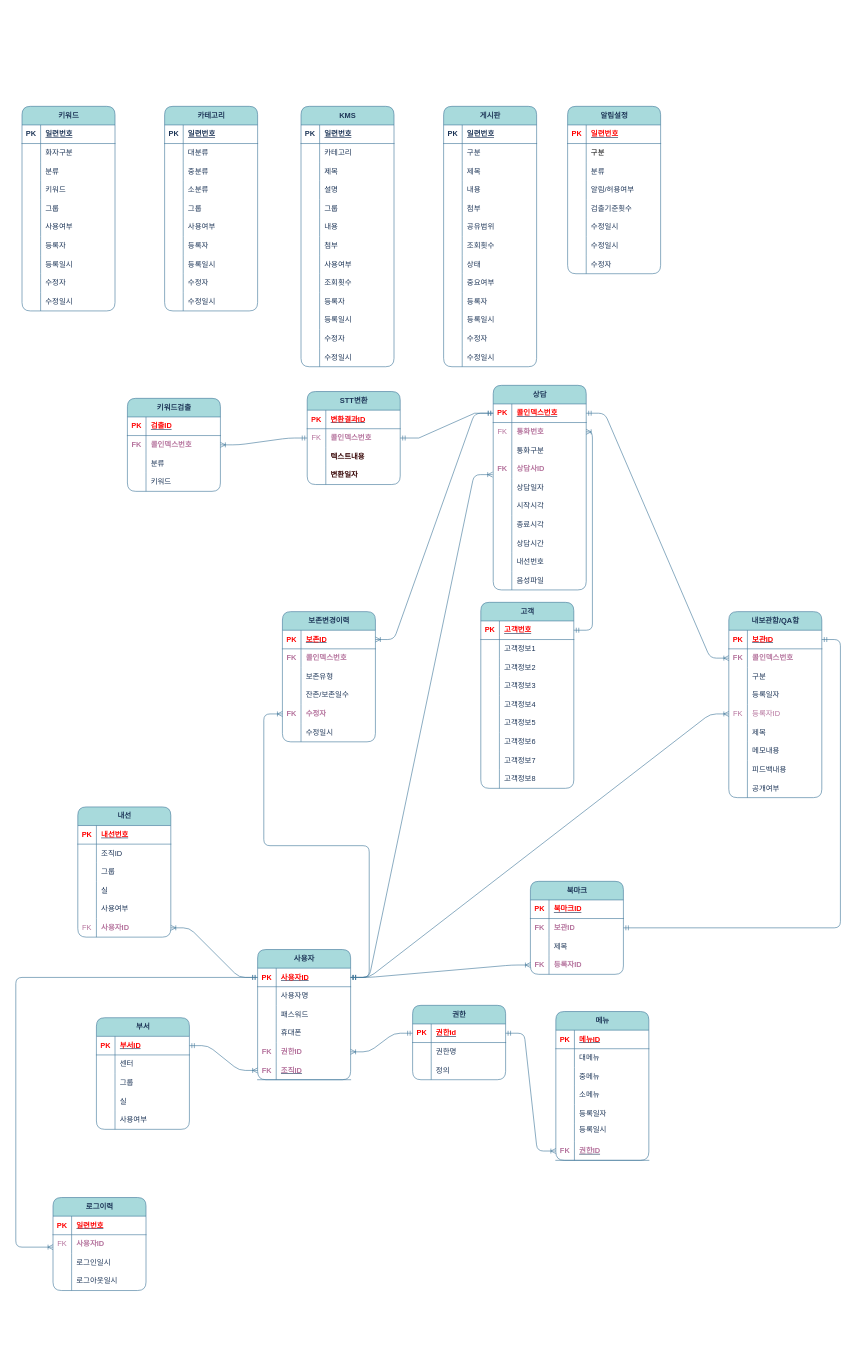
The draw.io diagram page "페이지-3" (3 of 3) of 제목 없는 다이어그램.drawio in wishholic/ERD, before the edit. Source tidied: cells renumbered, new cells numbered last; positions are measured from the earlier drawing's top-left corner, leaving out a move shared by most shapes. Both pictures are drawn from the tidied source at 62%, with x=0, y=0 at pixel (16, 106).
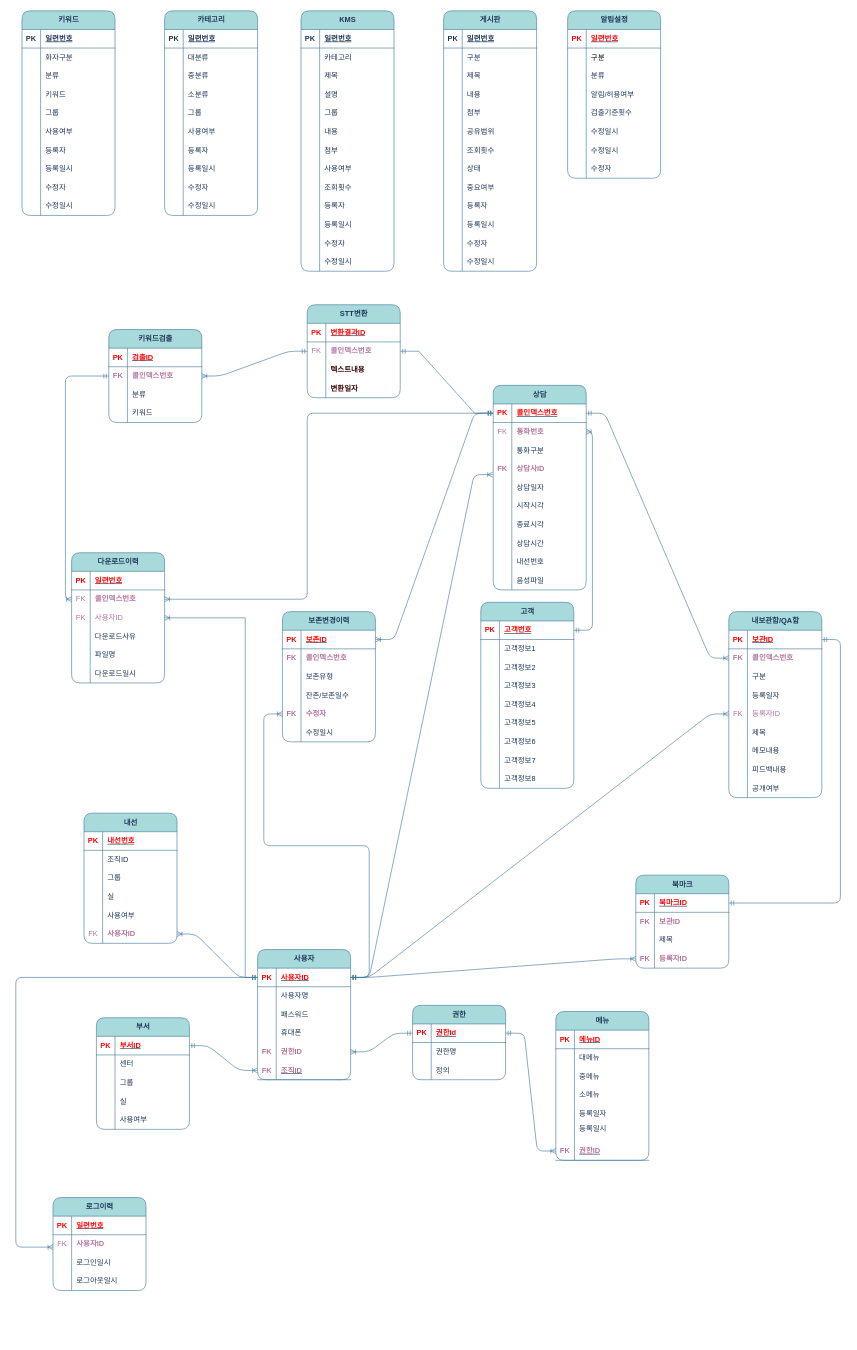
Above is the later version.

Commit message:
제목 없는 다이어그램.drawio 업데이트

Unchanged cells that the change refers to:
```xml
<mxCell id="13" style="shape=tableRow;horizontal=0;startSize=0;swimlaneHead=0;swimlaneBody=0;fillColor=none;points=[[0,0.5],[1,0.5]];portConstraint=eastwest;top=0;left=0;right=0;bottom=1;rounded=1;labelBackgroundColor=none;strokeColor=#457B9D;fontColor=#1D3557;" parent="12" vertex="1">
  <mxGeometry y="30" width="150" height="30" as="geometry" />
</mxCell>
<mxCell id="94" style="shape=tableRow;horizontal=0;startSize=0;swimlaneHead=0;swimlaneBody=0;fillColor=none;points=[[0,0.5],[1,0.5]];portConstraint=eastwest;top=0;left=0;right=0;bottom=1;rounded=1;labelBackgroundColor=none;strokeColor=#457B9D;fontColor=#1D3557;" parent="93" vertex="1">
  <mxGeometry y="30" width="150" height="30" as="geometry" />
</mxCell>
<mxCell id="158" style="shape=tableRow;horizontal=0;startSize=0;swimlaneHead=0;swimlaneBody=0;fillColor=none;points=[[0,0.5],[1,0.5]];portConstraint=eastwest;top=0;left=0;right=0;bottom=0;rounded=1;labelBackgroundColor=none;strokeColor=#457B9D;fontColor=#1D3557;" parent="154" vertex="1">
  <mxGeometry y="60" width="150" height="30" as="geometry" />
</mxCell>
<mxCell id="189" style="shape=tableRow;horizontal=0;startSize=0;swimlaneHead=0;swimlaneBody=0;fillColor=none;points=[[0,0.5],[1,0.5]];portConstraint=eastwest;top=0;left=0;right=0;bottom=1;rounded=1;labelBackgroundColor=none;strokeColor=#457B9D;fontColor=#1D3557;" parent="188" vertex="1">
  <mxGeometry y="30" width="150" height="30" as="geometry" />
</mxCell>
<mxCell id="192" style="shape=tableRow;horizontal=0;startSize=0;swimlaneHead=0;swimlaneBody=0;fillColor=none;points=[[0,0.5],[1,0.5]];portConstraint=eastwest;top=0;left=0;right=0;bottom=0;rounded=1;labelBackgroundColor=none;strokeColor=#457B9D;fontColor=#1D3557;" parent="188" vertex="1">
  <mxGeometry y="60" width="150" height="30" as="geometry" />
</mxCell>
```

Diff of the diagram source:
```diff
@@
     <mxCell id="49" value="내선" style="shape=table;startSize=30;childLayout=tableLayout;rowLines=0;fontStyle=1;align=center;html=1;fillColor=#A8DADC;strokeColor=#457B9D;rounded=1;labelBackgroundColor=none;fontColor=#1D3557;" parent="1" vertex="1">
-      <mxGeometry x="100" y="1130" width="150" height="210" as="geometry" />
+      <mxGeometry x="110" y="1140" width="150" height="210" as="geometry" />
     </mxCell>
@@
     <mxCell id="154" value="키워드검출" style="shape=table;startSize=30;childLayout=tableLayout;rowLines=0;fontStyle=1;align=center;html=1;fillColor=#A8DADC;strokeColor=#457B9D;rounded=1;labelBackgroundColor=none;fontColor=#1D3557;" parent="1" vertex="1">
-      <mxGeometry x="180" y="471" width="150" height="150" as="geometry" />
+      <mxGeometry x="150" y="360" width="150" height="150" as="geometry" />
     </mxCell>
@@
     <mxCell id="188" value="북마크" style="shape=table;startSize=30;childLayout=tableLayout;rowLines=0;fontStyle=1;align=center;html=1;fillColor=#A8DADC;strokeColor=#457B9D;rounded=1;labelBackgroundColor=none;fontColor=#1D3557;" parent="1" vertex="1">
-      <mxGeometry x="830" y="1250" width="150" height="150" as="geometry" />
+      <mxGeometry x="1000" y="1240" width="150" height="150" as="geometry" />
     </mxCell>
@@
-    <mxCell id="203" style="edgeStyle=entityRelationEdgeStyle;fontSize=12;html=1;endArrow=ERmandOne;startArrow=ERmandOne;rounded=1;entryX=1;entryY=0.5;entryDx=0;entryDy=0;labelBackgroundColor=none;strokeColor=#457B9D;fontColor=default;" parent="1" edge="1" target="192">
+    <mxCell id="203" style="edgeStyle=entityRelationEdgeStyle;fontSize=12;html=1;endArrow=ERmandOne;startArrow=ERmandOne;rounded=1;entryX=1;entryY=0.5;entryDx=0;entryDy=0;labelBackgroundColor=none;strokeColor=#457B9D;fontColor=default;" parent="1" edge="1" target="189">
       <mxGeometry relative="1" as="geometry">
         <mxPoint x="1300" y="860" as="sourcePoint" />
       </mxGeometry>
     </mxCell>
@@
     <mxCell id="234" value="키워드" style="shape=table;startSize=30;childLayout=tableLayout;rowLines=0;fontStyle=1;align=center;html=1;fillColor=#A8DADC;strokeColor=#457B9D;rounded=1;labelBackgroundColor=none;fontColor=#1D3557;" parent="1" vertex="1">
-      <mxGeometry x="10" width="150" height="330" as="geometry" />
+      <mxGeometry x="10" y="-154" width="150" height="330" as="geometry" />
     </mxCell>
@@
     <mxCell id="265" value="카테고리" style="shape=table;startSize=30;childLayout=tableLayout;rowLines=0;fontStyle=1;align=center;html=1;fillColor=#A8DADC;strokeColor=#457B9D;rounded=1;labelBackgroundColor=none;fontColor=#1D3557;" parent="1" vertex="1">
-      <mxGeometry x="240" width="150" height="330" as="geometry" />
+      <mxGeometry x="240" y="-154" width="150" height="330" as="geometry" />
     </mxCell>
@@
     <mxCell id="296" value="KMS" style="shape=table;startSize=30;childLayout=tableLayout;rowLines=0;fontStyle=1;align=center;html=1;fillColor=#A8DADC;strokeColor=#457B9D;rounded=1;labelBackgroundColor=none;fontColor=#1D3557;" parent="1" vertex="1">
-      <mxGeometry x="460" width="150" height="420" as="geometry" />
+      <mxGeometry x="460" y="-154" width="150" height="420" as="geometry" />
     </mxCell>
@@
     <mxCell id="336" value="게시판" style="shape=table;startSize=30;childLayout=tableLayout;rowLines=0;fontStyle=1;align=center;html=1;fillColor=#A8DADC;strokeColor=#457B9D;rounded=1;labelBackgroundColor=none;fontColor=#1D3557;" parent="1" vertex="1">
-      <mxGeometry x="690" width="150" height="420" as="geometry" />
+      <mxGeometry x="690" y="-154" width="150" height="420" as="geometry" />
     </mxCell>
@@
     <mxCell id="376" value="알림설정" style="shape=table;startSize=30;childLayout=tableLayout;rowLines=0;fontStyle=1;align=center;html=1;fillColor=#A8DADC;strokeColor=#457B9D;rounded=1;labelBackgroundColor=none;fontColor=#1D3557;" parent="1" vertex="1">
-      <mxGeometry x="890" width="150" height="270" as="geometry" />
+      <mxGeometry x="890" y="-154" width="150" height="270" as="geometry" />
     </mxCell>
@@
     <mxCell id="415" value="STT변환" style="shape=table;startSize=30;childLayout=tableLayout;rowLines=0;fontStyle=1;align=center;html=1;fillColor=#A8DADC;strokeColor=#457B9D;rounded=1;labelBackgroundColor=none;fontColor=#1D3557;" parent="1" vertex="1">
-      <mxGeometry x="470" y="460" width="150" height="150" as="geometry" />
+      <mxGeometry x="470" y="320" width="150" height="150" as="geometry" />
     </mxCell>
@@
+    <mxCell id="429" value="다운로드이력" style="shape=table;startSize=30;childLayout=tableLayout;rowLines=0;fontStyle=1;align=center;html=1;fillColor=#A8DADC;strokeColor=#457B9D;rounded=1;labelBackgroundColor=none;fontColor=#1D3557;" parent="1" vertex="1">
+      <mxGeometry x="90" y="720" width="150" height="210" as="geometry" />
+    </mxCell>
+    <mxCell id="430" style="shape=tableRow;horizontal=0;startSize=0;swimlaneHead=0;swimlaneBody=0;fillColor=none;top=0;left=0;right=0;bottom=1;rounded=1;labelBackgroundColor=none;strokeColor=#457B9D;fontColor=#1D3557;" parent="429" vertex="1">
+      <mxGeometry y="30" width="150" height="30" as="geometry" />
+    </mxCell>
+    <mxCell id="431" value="&lt;font color=&quot;#ff0000&quot;&gt;PK&lt;/font&gt;" style="shape=partialRectangle;fillColor=none;top=0;left=0;bottom=0;right=0;fontStyle=1;overflow=hidden;whiteSpace=wrap;html=1;rounded=1;labelBackgroundColor=none;strokeColor=#457B9D;fontColor=#1D3557;" parent="430" vertex="1">
+      <mxGeometry width="30" height="30" as="geometry" />
+    </mxCell>
+    <mxCell id="432" value="&lt;font color=&quot;#ff0000&quot;&gt;일련번호&lt;/font&gt;" style="shape=partialRectangle;fillColor=none;top=0;left=0;bottom=0;right=0;align=left;spacingLeft=6;fontStyle=5;overflow=hidden;whiteSpace=wrap;html=1;rounded=1;labelBackgroundColor=none;strokeColor=#457B9D;fontColor=#1D3557;" parent="430" vertex="1">
+      <mxGeometry x="30" width="120" height="30" as="geometry" />
+    </mxCell>
+    <mxCell id="433" style="shape=tableRow;horizontal=0;startSize=0;swimlaneHead=0;swimlaneBody=0;fillColor=none;points=[[0,0.5],[1,0.5]];portConstraint=eastwest;top=0;left=0;right=0;bottom=0;rounded=1;labelBackgroundColor=none;strokeColor=#457B9D;fontColor=#1D3557;" parent="429" vertex="1">
+      <mxGeometry y="60" width="150" height="30" as="geometry" />
+    </mxCell>
+    <mxCell id="434" value="&lt;font color=&quot;#b5739d&quot;&gt;FK&lt;/font&gt;" style="shape=partialRectangle;fillColor=none;top=0;left=0;bottom=0;right=0;overflow=hidden;whiteSpace=wrap;html=1;rounded=1;labelBackgroundColor=none;strokeColor=#457B9D;fontColor=#1D3557;" parent="433" vertex="1">
+      <mxGeometry width="30" height="30" as="geometry" />
+    </mxCell>
+    <mxCell id="435" value="&lt;b&gt;&lt;font color=&quot;#b5739d&quot;&gt;콜인덱스번호&lt;/font&gt;&lt;/b&gt;" style="shape=partialRectangle;fillColor=none;top=0;left=0;bottom=0;right=0;align=left;spacingLeft=6;overflow=hidden;whiteSpace=wrap;html=1;rounded=1;labelBackgroundColor=none;strokeColor=#457B9D;fontColor=#1D3557;" parent="433" vertex="1">
+      <mxGeometry x="30" width="120" height="30" as="geometry" />
+    </mxCell>
+    <mxCell id="436" style="shape=tableRow;horizontal=0;startSize=0;swimlaneHead=0;swimlaneBody=0;fillColor=none;points=[[0,0.5],[1,0.5]];portConstraint=eastwest;top=0;left=0;right=0;bottom=0;rounded=1;labelBackgroundColor=none;strokeColor=#457B9D;fontColor=#1D3557;" parent="429" vertex="1">
+      <mxGeometry y="90" width="150" height="30" as="geometry" />
+    </mxCell>
+    <mxCell id="437" value="&lt;font color=&quot;#b5739d&quot;&gt;FK&lt;/font&gt;" style="shape=partialRectangle;fillColor=none;top=0;left=0;bottom=0;right=0;overflow=hidden;whiteSpace=wrap;html=1;rounded=1;labelBackgroundColor=none;strokeColor=#457B9D;fontColor=#1D3557;" parent="436" vertex="1">
+      <mxGeometry width="30" height="30" as="geometry" />
+    </mxCell>
+    <mxCell id="438" value="&lt;font color=&quot;#b5739d&quot;&gt;사용자ID&lt;/font&gt;" style="shape=partialRectangle;fillColor=none;top=0;left=0;bottom=0;right=0;align=left;spacingLeft=6;overflow=hidden;whiteSpace=wrap;html=1;rounded=1;labelBackgroundColor=none;strokeColor=#457B9D;fontColor=#1D3557;" parent="436" vertex="1">
+      <mxGeometry x="30" width="120" height="30" as="geometry" />
+    </mxCell>
+    <mxCell id="439" style="shape=tableRow;horizontal=0;startSize=0;swimlaneHead=0;swimlaneBody=0;fillColor=none;top=0;left=0;right=0;bottom=0;rounded=1;labelBackgroundColor=none;strokeColor=#457B9D;fontColor=#1D3557;" parent="429" vertex="1">
+      <mxGeometry y="120" width="150" height="30" as="geometry" />
+    </mxCell>
+    <mxCell id="440" style="shape=partialRectangle;fillColor=none;top=0;left=0;bottom=0;right=0;overflow=hidden;whiteSpace=wrap;html=1;rounded=1;labelBackgroundColor=none;strokeColor=#457B9D;fontColor=#1D3557;" parent="439" vertex="1">
+      <mxGeometry width="30" height="30" as="geometry" />
+    </mxCell>
+    <mxCell id="441" value="다운로드사유" style="shape=partialRectangle;fillColor=none;top=0;left=0;bottom=0;right=0;align=left;spacingLeft=6;overflow=hidden;whiteSpace=wrap;html=1;rounded=1;labelBackgroundColor=none;strokeColor=#457B9D;fontColor=#1D3557;" parent="439" vertex="1">
+      <mxGeometry x="30" width="120" height="30" as="geometry" />
+    </mxCell>
+    <mxCell id="442" style="shape=tableRow;horizontal=0;startSize=0;swimlaneHead=0;swimlaneBody=0;fillColor=none;top=0;left=0;right=0;bottom=0;rounded=1;labelBackgroundColor=none;strokeColor=#457B9D;fontColor=#1D3557;" parent="429" vertex="1">
+      <mxGeometry y="150" width="150" height="30" as="geometry" />
+    </mxCell>
+    <mxCell id="443" style="shape=partialRectangle;fillColor=none;top=0;left=0;bottom=0;right=0;overflow=hidden;whiteSpace=wrap;html=1;rounded=1;labelBackgroundColor=none;strokeColor=#457B9D;fontColor=#1D3557;" parent="442" vertex="1">
+      <mxGeometry width="30" height="30" as="geometry" />
+    </mxCell>
+    <mxCell id="444" value="파일명" style="shape=partialRectangle;fillColor=none;top=0;left=0;bottom=0;right=0;align=left;spacingLeft=6;overflow=hidden;whiteSpace=wrap;html=1;rounded=1;labelBackgroundColor=none;strokeColor=#457B9D;fontColor=#1D3557;" parent="442" vertex="1">
+      <mxGeometry x="30" width="120" height="30" as="geometry" />
+    </mxCell>
+    <mxCell id="445" style="shape=tableRow;horizontal=0;startSize=0;swimlaneHead=0;swimlaneBody=0;fillColor=none;top=0;left=0;right=0;bottom=0;rounded=1;labelBackgroundColor=none;strokeColor=#457B9D;fontColor=#1D3557;" parent="429" vertex="1">
+      <mxGeometry y="180" width="150" height="30" as="geometry" />
+    </mxCell>
+    <mxCell id="446" style="shape=partialRectangle;fillColor=none;top=0;left=0;bottom=0;right=0;overflow=hidden;whiteSpace=wrap;html=1;rounded=1;labelBackgroundColor=none;strokeColor=#457B9D;fontColor=#1D3557;" parent="445" vertex="1">
+      <mxGeometry width="30" height="30" as="geometry" />
+    </mxCell>
+    <mxCell id="447" value="다운로드일시" style="shape=partialRectangle;fillColor=none;top=0;left=0;bottom=0;right=0;align=left;spacingLeft=6;overflow=hidden;whiteSpace=wrap;html=1;rounded=1;labelBackgroundColor=none;strokeColor=#457B9D;fontColor=#1D3557;" parent="445" vertex="1">
+      <mxGeometry x="30" width="120" height="30" as="geometry" />
+    </mxCell>
+    <mxCell id="448" style="edgeStyle=orthogonalEdgeStyle;fontSize=12;html=1;endArrow=ERoneToMany;startArrow=ERmandOne;rounded=1;strokeColor=#457B9D;fontColor=#1D3557;fillColor=#A8DADC;exitX=0;exitY=0.5;exitDx=0;exitDy=0;entryX=0;entryY=0.5;entryDx=0;entryDy=0;curved=0;" parent="1" edge="1" source="158" target="433">
+      <mxGeometry relative="1" as="geometry" />
+    </mxCell>
+    <mxCell id="449" style="edgeStyle=elbowEdgeStyle;fontSize=12;html=1;endArrow=ERoneToMany;startArrow=ERmandOne;rounded=1;strokeColor=#457B9D;fontColor=default;entryX=1;entryY=0.5;entryDx=0;entryDy=0;labelBackgroundColor=none;exitX=0;exitY=0.5;exitDx=0;exitDy=0;" parent="1" edge="1" source="94" target="433">
+      <mxGeometry relative="1" as="geometry">
+        <Array as="points">
+          <mxPoint x="470" y="640" />
+          <mxPoint x="330" y="840" />
+          <mxPoint x="260" y="881" />
+        </Array>
+      </mxGeometry>
+    </mxCell>
+    <mxCell id="450" style="edgeStyle=elbowEdgeStyle;fontSize=12;html=1;endArrow=ERoneToMany;startArrow=ERmandOne;rounded=0;strokeColor=#457B9D;fontColor=#1D3557;fillColor=#A8DADC;exitX=0;exitY=0.5;exitDx=0;exitDy=0;entryX=1;entryY=0.5;entryDx=0;entryDy=0;" parent="1" edge="1" source="13" target="436">
+      <mxGeometry relative="1" as="geometry">
+        <Array as="points">
+          <mxPoint x="370" y="1270" />
+          <mxPoint x="390" y="1290" />
+        </Array>
+      </mxGeometry>
+    </mxCell>
```
